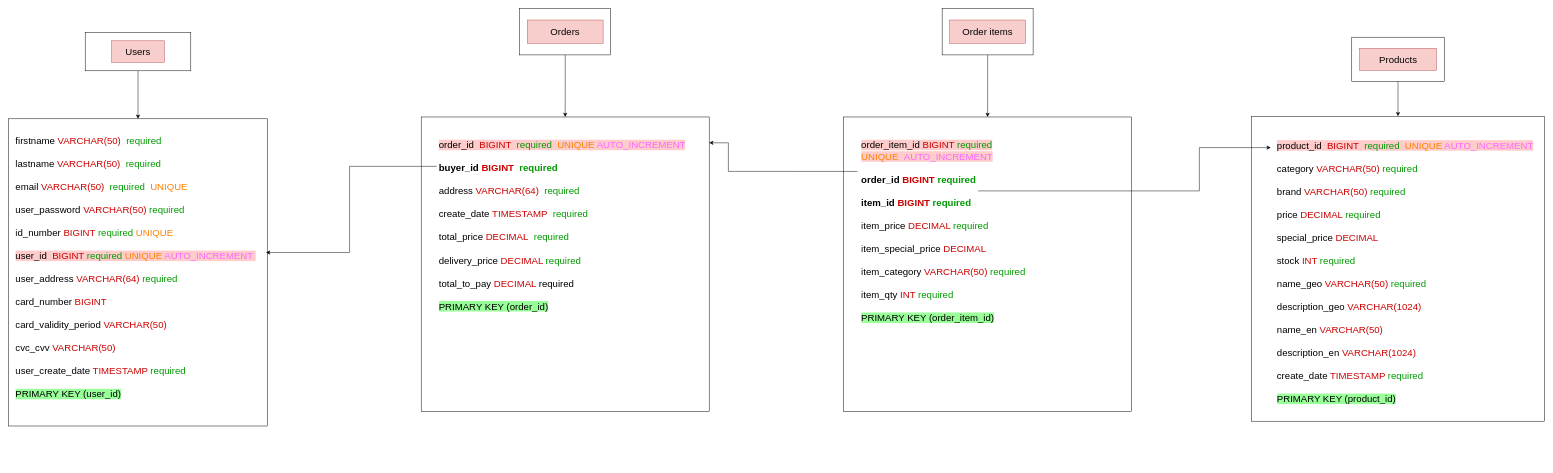
This is readme/diagrams/sql_models.drawio from NikaKiria/KIROSHOP, a draw.io file, before an edit. Source tidied: cells renumbered, new cells numbered last; positions are measured from the earlier drawing's top-left corner, leaving out a move shared by most shapes. Both pictures are drawn from the tidied source at 48%, with x=0, y=0 at pixel (8, 8).
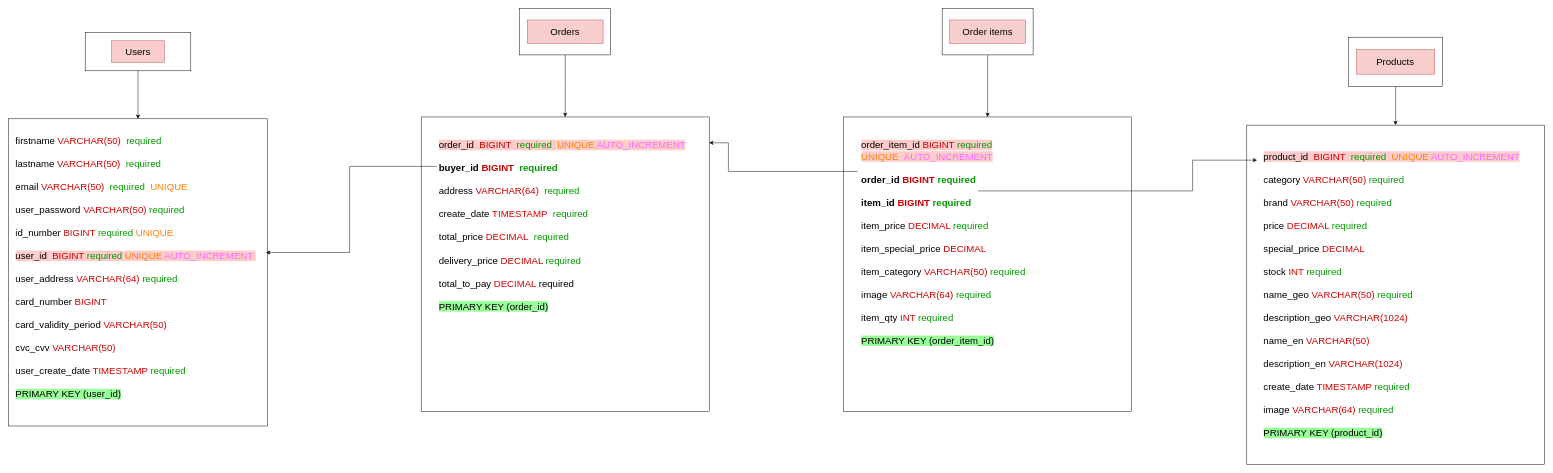
The same page after the edit.

Commit message (it also covers changes not shown here):
add image column to order items table

The change refers to these unchanged cells:
```xml
<mxCell id="22" style="group;" parent="1" vertex="1">
  <mxGeometry x="1740" width="600" height="840" as="geometry" />
</mxCell>
```

Change to the diagram source:
```diff
@@
     <mxCell id="15" style="group;" parent="1" vertex="1">
-      <mxGeometry x="2590" y="60" width="610" height="800" as="geometry" />
+      <mxGeometry x="2580" y="60" width="620" height="890" as="geometry" />
     </mxCell>
     <mxCell id="16" style="group;" parent="15" vertex="1">
-      <mxGeometry x="208.7" width="192.6" height="92.3" as="geometry" />
+      <mxGeometry x="212.1" width="195.8" height="102.7" as="geometry" />
     </mxCell>
     <mxCell id="17" style="rounded=0;whiteSpace=wrap;html=1;" parent="16" vertex="1">
-      <mxGeometry width="192.6" height="92.3" as="geometry" />
+      <mxGeometry width="195.8" height="102.7" as="geometry" />
     </mxCell>
     <mxCell id="18" value="Products" style="text;html=1;strokeColor=#b85450;fillColor=#f8cecc;align=center;verticalAlign=middle;whiteSpace=wrap;rounded=0;fontSize=20;" parent="16" vertex="1">
-      <mxGeometry x="16.1" y="23.1" width="160.5" height="46.2" as="geometry" />
+      <mxGeometry x="16.3" y="25.7" width="163.2" height="51.3" as="geometry" />
     </mxCell>
     <mxCell id="19" style="rounded=0;whiteSpace=wrap;html=1;" parent="15" vertex="1">
-      <mxGeometry y="164.7" width="610" height="635.3" as="geometry" />
+      <mxGeometry y="183.2" width="620" height="706.8" as="geometry" />
     </mxCell>
@@
-    <mxCell id="21" value="&lt;br&gt;&lt;span style=&quot;background-color: rgb(255 , 204 , 204)&quot;&gt;product_id&amp;nbsp;&amp;nbsp;&lt;font color=&quot;#cc0000&quot;&gt;BIGINT&amp;nbsp;&amp;nbsp;&lt;/font&gt;&lt;font color=&quot;#009900&quot;&gt;required&amp;nbsp; &lt;/font&gt;&lt;font color=&quot;#ff8000&quot;&gt;UNIQUE &lt;/font&gt;&lt;font color=&quot;#ff66ff&quot;&gt;AUTO_INCREMENT&lt;/font&gt;&lt;br&gt;&lt;/span&gt;&lt;br&gt;category&amp;nbsp;&lt;span style=&quot;color: rgb(204 , 0 , 0)&quot;&gt;VARCHAR(50) &lt;/span&gt;&lt;font color=&quot;#009900&quot;&gt;required&lt;/font&gt;&lt;br&gt;&lt;br&gt;brand &lt;font color=&quot;#cc0000&quot;&gt;VARCHAR(50) &lt;/font&gt;&lt;font color=&quot;#009900&quot;&gt;required&lt;/font&gt;&lt;br&gt;&lt;br&gt;price&amp;nbsp;&lt;font color=&quot;#cc0000&quot;&gt;DECIMAL &lt;/font&gt;&lt;font color=&quot;#009900&quot;&gt;required&lt;/font&gt;&lt;br&gt;&lt;br&gt;special_price&amp;nbsp;&lt;span style=&quot;color: rgb(204 , 0 , 0)&quot;&gt;DECIMAL&lt;/span&gt;&lt;br&gt;&lt;br&gt;stock&amp;nbsp;&lt;font color=&quot;#cc0000&quot;&gt;INT &lt;/font&gt;&lt;font color=&quot;#009900&quot;&gt;required&lt;/font&gt;&lt;br&gt;&lt;br&gt;name_geo&amp;nbsp;&lt;span style=&quot;color: rgb(204 , 0 , 0)&quot;&gt;VARCHAR(50) &lt;/span&gt;&lt;font color=&quot;#009900&quot;&gt;required&lt;/font&gt;&lt;br&gt;&lt;br&gt;description_geo&amp;nbsp;&lt;span style=&quot;color: rgb(204 , 0 , 0)&quot;&gt;VARCHAR(1024)&lt;/span&gt;&lt;br&gt;&lt;br&gt;name_en&amp;nbsp;&lt;span style=&quot;color: rgb(204 , 0 , 0)&quot;&gt;VARCHAR(50)&lt;/span&gt;&lt;br&gt;&lt;br&gt;description_en&amp;nbsp;&lt;font color=&quot;#cc0000&quot;&gt;VARCHAR(1024)&lt;/font&gt;&lt;br&gt;&lt;br&gt;create_date &lt;font color=&quot;#cc0000&quot;&gt;TIMESTAMP &lt;/font&gt;&lt;font color=&quot;#009900&quot;&gt;required&lt;/font&gt;&lt;br&gt;&lt;br&gt;&lt;span style=&quot;background-color: rgb(153 , 255 , 153)&quot;&gt;PRIMARY KEY (product_id)&lt;/span&gt;&lt;span style=&quot;color: rgb(204 , 0 , 0)&quot;&gt;&lt;br&gt;&lt;/span&gt;" style="text;html=1;strokeColor=none;fillColor=none;spacing=5;spacingTop=-20;whiteSpace=wrap;overflow=hidden;rounded=0;fontSize=20;" parent="15" vertex="1">
-      <mxGeometry x="48.2" y="200" width="551.8" height="576.5" as="geometry" />
+    <mxCell id="21" value="&lt;br&gt;&lt;span style=&quot;background-color: rgb(255 , 204 , 204)&quot;&gt;product_id&amp;nbsp;&amp;nbsp;&lt;font color=&quot;#cc0000&quot;&gt;BIGINT&amp;nbsp;&amp;nbsp;&lt;/font&gt;&lt;font color=&quot;#009900&quot;&gt;required&amp;nbsp; &lt;/font&gt;&lt;font color=&quot;#ff8000&quot;&gt;UNIQUE &lt;/font&gt;&lt;font color=&quot;#ff66ff&quot;&gt;AUTO_INCREMENT&lt;/font&gt;&lt;br&gt;&lt;/span&gt;&lt;br&gt;category&amp;nbsp;&lt;span style=&quot;color: rgb(204 , 0 , 0)&quot;&gt;VARCHAR(50) &lt;/span&gt;&lt;font color=&quot;#009900&quot;&gt;required&lt;/font&gt;&lt;br&gt;&lt;br&gt;brand &lt;font color=&quot;#cc0000&quot;&gt;VARCHAR(50) &lt;/font&gt;&lt;font color=&quot;#009900&quot;&gt;required&lt;/font&gt;&lt;br&gt;&lt;br&gt;price&amp;nbsp;&lt;font color=&quot;#cc0000&quot;&gt;DECIMAL &lt;/font&gt;&lt;font color=&quot;#009900&quot;&gt;required&lt;/font&gt;&lt;br&gt;&lt;br&gt;special_price&amp;nbsp;&lt;span style=&quot;color: rgb(204 , 0 , 0)&quot;&gt;DECIMAL&lt;/span&gt;&lt;br&gt;&lt;br&gt;stock&amp;nbsp;&lt;font color=&quot;#cc0000&quot;&gt;INT &lt;/font&gt;&lt;font color=&quot;#009900&quot;&gt;required&lt;/font&gt;&lt;br&gt;&lt;br&gt;name_geo&amp;nbsp;&lt;span style=&quot;color: rgb(204 , 0 , 0)&quot;&gt;VARCHAR(50) &lt;/span&gt;&lt;font color=&quot;#009900&quot;&gt;required&lt;/font&gt;&lt;br&gt;&lt;br&gt;description_geo&amp;nbsp;&lt;span style=&quot;color: rgb(204 , 0 , 0)&quot;&gt;VARCHAR(1024)&lt;/span&gt;&lt;br&gt;&lt;br&gt;name_en&amp;nbsp;&lt;span style=&quot;color: rgb(204 , 0 , 0)&quot;&gt;VARCHAR(50)&lt;/span&gt;&lt;br&gt;&lt;br&gt;description_en&amp;nbsp;&lt;font color=&quot;#cc0000&quot;&gt;VARCHAR(1024)&lt;/font&gt;&lt;br&gt;&lt;br&gt;create_date &lt;font color=&quot;#cc0000&quot;&gt;TIMESTAMP &lt;/font&gt;&lt;font color=&quot;#009900&quot;&gt;required&lt;/font&gt;&lt;br&gt;&lt;br&gt;image &lt;font color=&quot;#cc0000&quot;&gt;VARCHAR(64)&lt;/font&gt;&lt;font color=&quot;#009900&quot;&gt; required&lt;/font&gt;&lt;br&gt;&lt;br&gt;&lt;span style=&quot;background-color: rgb(153 , 255 , 153)&quot;&gt;PRIMARY KEY (product_id)&lt;/span&gt;&lt;span style=&quot;color: rgb(204 , 0 , 0)&quot;&gt;&lt;br&gt;&lt;/span&gt;" style="text;html=1;strokeColor=none;fillColor=none;spacing=5;spacingTop=-20;whiteSpace=wrap;overflow=hidden;rounded=0;fontSize=20;" parent="15" vertex="1">
+      <mxGeometry x="30" y="222.5" width="579.8" height="647.5" as="geometry" />
     </mxCell>
@@
-    <mxCell id="28" value="&lt;br&gt;&lt;span style=&quot;background-color: rgb(255 , 204 , 204)&quot;&gt;order_item_id &lt;font color=&quot;#cc0000&quot;&gt;BIGINT &lt;/font&gt;&lt;font color=&quot;#009900&quot;&gt;required &lt;/font&gt;&lt;font color=&quot;#ff8000&quot;&gt;UNIQUE&amp;nbsp;&amp;nbsp;&lt;/font&gt;&lt;font color=&quot;#ff66ff&quot;&gt;AUTO_INCREMENT&lt;/font&gt;&lt;br&gt;&lt;/span&gt;&lt;br&gt;&lt;b&gt;order_id &lt;font color=&quot;#cc0000&quot;&gt;BIGINT&lt;/font&gt; &lt;font color=&quot;#009900&quot;&gt;required&lt;/font&gt;&lt;br&gt;&lt;/b&gt;&lt;br&gt;&lt;b&gt;item_id &lt;font color=&quot;#cc0000&quot;&gt;BIGINT&lt;/font&gt; &lt;font color=&quot;#009900&quot;&gt;required&lt;/font&gt;&lt;br&gt;&lt;/b&gt;&lt;br&gt;item_price &lt;font color=&quot;#cc0000&quot;&gt;DECIMAL&lt;/font&gt; &lt;font color=&quot;#009900&quot;&gt;required&lt;/font&gt;&lt;br&gt;&lt;br&gt;item_special_price &lt;font color=&quot;#cc0000&quot;&gt;DECIMAL&lt;/font&gt;&lt;br&gt;&lt;br&gt;item_category &lt;font color=&quot;#cc0000&quot;&gt;VARCHAR(50)&lt;/font&gt; &lt;font color=&quot;#009900&quot;&gt;required&lt;/font&gt;&lt;br&gt;&lt;br&gt;item_qty&lt;font color=&quot;#009900&quot;&gt; &lt;/font&gt;&lt;font color=&quot;#cc0000&quot;&gt;INT &lt;/font&gt;&lt;font color=&quot;#009900&quot;&gt;required&lt;br&gt;&lt;br&gt;&lt;/font&gt;&lt;span style=&quot;background-color: rgb(153 , 255 , 153)&quot;&gt;PRIMARY KEY (order_item_id)&lt;/span&gt;&lt;font color=&quot;#009900&quot;&gt;&lt;br&gt;&lt;/font&gt;" style="text;html=1;strokeColor=none;fillColor=none;spacing=5;spacingTop=-20;whiteSpace=wrap;overflow=hidden;rounded=0;fontSize=20;" parent="22" vertex="1">
+    <mxCell id="28" value="&lt;br&gt;&lt;span style=&quot;background-color: rgb(255 , 204 , 204)&quot;&gt;order_item_id &lt;font color=&quot;#cc0000&quot;&gt;BIGINT &lt;/font&gt;&lt;font color=&quot;#009900&quot;&gt;required &lt;/font&gt;&lt;font color=&quot;#ff8000&quot;&gt;UNIQUE&amp;nbsp;&amp;nbsp;&lt;/font&gt;&lt;font color=&quot;#ff66ff&quot;&gt;AUTO_INCREMENT&lt;/font&gt;&lt;br&gt;&lt;/span&gt;&lt;br&gt;&lt;b&gt;order_id &lt;font color=&quot;#cc0000&quot;&gt;BIGINT&lt;/font&gt; &lt;font color=&quot;#009900&quot;&gt;required&lt;/font&gt;&lt;br&gt;&lt;/b&gt;&lt;br&gt;&lt;b&gt;item_id &lt;font color=&quot;#cc0000&quot;&gt;BIGINT&lt;/font&gt; &lt;font color=&quot;#009900&quot;&gt;required&lt;/font&gt;&lt;br&gt;&lt;/b&gt;&lt;br&gt;item_price &lt;font color=&quot;#cc0000&quot;&gt;DECIMAL&lt;/font&gt; &lt;font color=&quot;#009900&quot;&gt;required&lt;/font&gt;&lt;br&gt;&lt;br&gt;item_special_price &lt;font color=&quot;#cc0000&quot;&gt;DECIMAL&lt;/font&gt;&lt;br&gt;&lt;br&gt;item_category &lt;font color=&quot;#cc0000&quot;&gt;VARCHAR(50)&lt;/font&gt; &lt;font color=&quot;#009900&quot;&gt;required&lt;br&gt;&lt;/font&gt;&lt;br&gt;image &lt;font color=&quot;#cc0000&quot;&gt;VARCHAR(64)&lt;/font&gt; &lt;font color=&quot;#009900&quot;&gt;required&lt;/font&gt;&lt;br&gt;&lt;br&gt;item_qty&lt;font color=&quot;#009900&quot;&gt; &lt;/font&gt;&lt;font color=&quot;#cc0000&quot;&gt;INT &lt;/font&gt;&lt;font color=&quot;#009900&quot;&gt;required&lt;br&gt;&lt;br&gt;&lt;/font&gt;&lt;span style=&quot;background-color: rgb(153 , 255 , 153)&quot;&gt;PRIMARY KEY (order_item_id)&lt;/span&gt;&lt;font color=&quot;#009900&quot;&gt;&lt;br&gt;&lt;/font&gt;" style="text;html=1;strokeColor=none;fillColor=none;spacing=5;spacingTop=-20;whiteSpace=wrap;overflow=hidden;rounded=0;fontSize=20;" parent="22" vertex="1">
       <mxGeometry x="31.6" y="258.5" width="552.6" height="500.8" as="geometry" />
     </mxCell>
```
